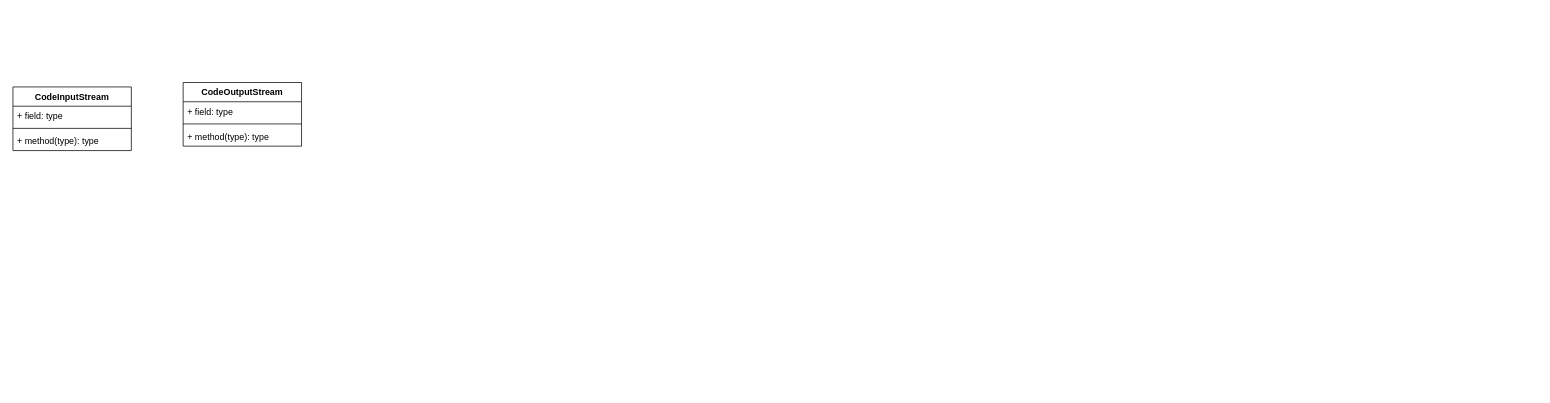
Before: protobuf-java.drawio in tadsimons/draw, a draw.io diagram. Source tidied: cells renumbered, new cells numbered last; positions are measured from the earlier drawing's top-left corner, leaving out a move shared by most shapes. Both pictures are drawn from the tidied source at 74%, with x=0, y=0 at pixel (13, 82).
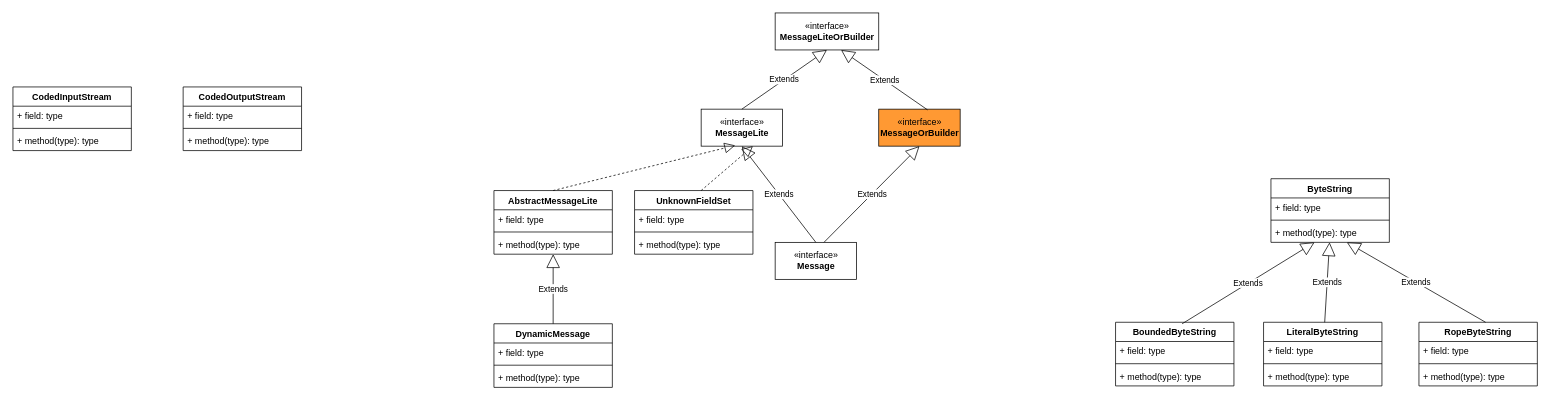
After the change.

Change to the diagram source:
```diff
@@
-    <mxCell id="2" value="CodeInputStream" style="swimlane;fontStyle=1;align=center;verticalAlign=top;horizontal=1;startSize=26;" parent="1" vertex="1">
+    <mxCell id="2" value="CodedInputStream" style="swimlane;fontStyle=1;align=center;verticalAlign=top;horizontal=1;startSize=26;" parent="1" vertex="1">
       <mxGeometry y="6" width="160" height="86" as="geometry" />
     </mxCell>
@@
+    <mxCell id="10" value="«interface»&lt;br&gt;&lt;b&gt;Message&lt;/b&gt;" style="html=1;fillColor=#FFFFFF;" parent="1" vertex="1">
+      <mxGeometry x="1030" y="216" width="110" height="50" as="geometry" />
+    </mxCell>
+    <mxCell id="11" value="«interface»&lt;br&gt;&lt;b&gt;MessageLite&lt;/b&gt;" style="html=1;fillColor=#FFFFFF;" parent="1" vertex="1">
+      <mxGeometry x="930" y="36" width="110" height="50" as="geometry" />
+    </mxCell>
+    <mxCell id="12" value="«interface»&lt;br&gt;&lt;b&gt;MessageLiteOrBuilder&lt;/b&gt;" style="html=1;fillColor=#FFFFFF;" parent="1" vertex="1">
+      <mxGeometry x="1030" y="-94" width="140" height="50" as="geometry" />
+    </mxCell>
+    <mxCell id="13" value="Extends" style="endArrow=block;endSize=16;endFill=0;html=1;entryX=0.5;entryY=1;entryDx=0;entryDy=0;exitX=0.5;exitY=0;exitDx=0;exitDy=0;" parent="1" edge="1" source="11" target="12">
+      <mxGeometry relative="1" as="geometry" />
+    </mxCell>
+    <mxCell id="14" value="Extends" style="endArrow=block;endSize=16;endFill=0;html=1;entryX=0.5;entryY=1;entryDx=0;entryDy=0;exitX=0.5;exitY=0;exitDx=0;exitDy=0;" parent="1" edge="1" source="10" target="11">
+      <mxGeometry relative="1" as="geometry" />
+    </mxCell>
+    <mxCell id="15" value="«interface»&lt;br&gt;&lt;b&gt;MessageOrBuilder&lt;/b&gt;" style="html=1;fillColor=#FF9933;" parent="1" vertex="1">
+      <mxGeometry x="1170" y="36" width="110" height="50" as="geometry" />
+    </mxCell>
+    <mxCell id="16" value="Extends" style="endArrow=block;endSize=16;endFill=0;html=1;entryX=0.5;entryY=1;entryDx=0;entryDy=0;exitX=0.6;exitY=0;exitDx=0;exitDy=0;exitPerimeter=0;" parent="1" edge="1" source="10" target="15">
+      <mxGeometry relative="1" as="geometry" />
+    </mxCell>
+    <mxCell id="17" value="Extends" style="endArrow=block;endSize=16;endFill=0;html=1;entryX=0.636;entryY=1;entryDx=0;entryDy=0;entryPerimeter=0;exitX=0.6;exitY=0.02;exitDx=0;exitDy=0;exitPerimeter=0;" parent="1" edge="1" source="15" target="12">
+      <mxGeometry relative="1" as="geometry" />
+    </mxCell>
+    <mxCell id="18" value="AbstractMessageLite" style="swimlane;fontStyle=1;align=center;verticalAlign=top;horizontal=1;startSize=26;fillColor=#FFFFFF;" parent="1" vertex="1">
+      <mxGeometry x="650" y="146" width="160" height="86" as="geometry" />
+    </mxCell>
+    <mxCell id="19" style="endArrow=block;dashed=1;endFill=0;endSize=12;html=1;entryX=0.418;entryY=0.98;entryDx=0;entryDy=0;entryPerimeter=0;" parent="18" edge="1" target="11">
+      <mxGeometry relative="1" as="geometry">
+        <mxPoint x="80" as="sourcePoint" />
+      </mxGeometry>
+    </mxCell>
+    <mxCell id="20" value="+ field: type" style="text;strokeColor=none;fillColor=none;align=left;verticalAlign=top;spacingLeft=4;spacingRight=4;overflow=hidden;" parent="18" vertex="1">
+      <mxGeometry y="26" width="160" height="26" as="geometry" />
+    </mxCell>
+    <mxCell id="21" style="line;strokeWidth=1;fillColor=none;align=left;verticalAlign=middle;spacingTop=-1;spacingLeft=3;spacingRight=3;labelPosition=right;" parent="18" vertex="1">
+      <mxGeometry y="52" width="160" height="8" as="geometry" />
+    </mxCell>
+    <mxCell id="22" value="+ method(type): type" style="text;strokeColor=none;fillColor=none;align=left;verticalAlign=top;spacingLeft=4;spacingRight=4;overflow=hidden;points=[[0,0.5],[1,0.5]];portConstraint=eastwest;" parent="18" vertex="1">
+      <mxGeometry y="60" width="160" height="26" as="geometry" />
+    </mxCell>
+    <mxCell id="23" value="DynamicMessage" style="swimlane;fontStyle=1;align=center;verticalAlign=top;horizontal=1;startSize=26;fillColor=#FFFFFF;" parent="1" vertex="1">
+      <mxGeometry x="650" y="326" width="160" height="86" as="geometry" />
+    </mxCell>
+    <mxCell id="24" value="Extends" style="endArrow=block;endSize=16;endFill=0;html=1;" parent="23" edge="1" target="22">
+      <mxGeometry relative="1" as="geometry">
+        <mxPoint x="80" as="sourcePoint" />
+      </mxGeometry>
+    </mxCell>
+    <mxCell id="25" value="+ field: type" style="text;strokeColor=none;fillColor=none;align=left;verticalAlign=top;spacingLeft=4;spacingRight=4;overflow=hidden;" parent="23" vertex="1">
+      <mxGeometry y="26" width="160" height="26" as="geometry" />
+    </mxCell>
+    <mxCell id="26" style="line;strokeWidth=1;fillColor=none;align=left;verticalAlign=middle;spacingTop=-1;spacingLeft=3;spacingRight=3;labelPosition=right;" parent="23" vertex="1">
+      <mxGeometry y="52" width="160" height="8" as="geometry" />
+    </mxCell>
+    <mxCell id="27" value="+ method(type): type" style="text;strokeColor=none;fillColor=none;align=left;verticalAlign=top;spacingLeft=4;spacingRight=4;overflow=hidden;" parent="23" vertex="1">
+      <mxGeometry y="60" width="160" height="26" as="geometry" />
+    </mxCell>
+    <mxCell id="28" value="UnknownFieldSet" style="swimlane;fontStyle=1;align=center;verticalAlign=top;horizontal=1;startSize=26;fillColor=#FFFFFF;" parent="1" vertex="1">
+      <mxGeometry x="840" y="146" width="160" height="86" as="geometry" />
+    </mxCell>
+    <mxCell id="29" style="endArrow=block;dashed=1;endFill=0;endSize=12;html=1;entryX=0.636;entryY=1;entryDx=0;entryDy=0;entryPerimeter=0;" parent="28" edge="1" target="11">
+      <mxGeometry relative="1" as="geometry">
+        <mxPoint x="90" as="sourcePoint" />
+      </mxGeometry>
+    </mxCell>
+    <mxCell id="30" value="+ field: type" style="text;strokeColor=none;fillColor=none;align=left;verticalAlign=top;spacingLeft=4;spacingRight=4;overflow=hidden;" parent="28" vertex="1">
+      <mxGeometry y="26" width="160" height="26" as="geometry" />
+    </mxCell>
+    <mxCell id="31" style="line;strokeWidth=1;fillColor=none;align=left;verticalAlign=middle;spacingTop=-1;spacingLeft=3;spacingRight=3;labelPosition=right;" parent="28" vertex="1">
+      <mxGeometry y="52" width="160" height="8" as="geometry" />
+    </mxCell>
+    <mxCell id="32" value="+ method(type): type" style="text;strokeColor=none;fillColor=none;align=left;verticalAlign=top;spacingLeft=4;spacingRight=4;overflow=hidden;" parent="28" vertex="1">
+      <mxGeometry y="60" width="160" height="26" as="geometry" />
+    </mxCell>
+    <mxCell id="33" value="BoundedByteString" style="swimlane;fontStyle=1;align=center;verticalAlign=top;horizontal=1;startSize=26;fillColor=#FFFFFF;" parent="1" vertex="1">
+      <mxGeometry x="1490" y="324" width="160" height="86" as="geometry" />
+    </mxCell>
+    <mxCell id="34" value="Extends" style="endArrow=block;endSize=16;endFill=0;html=1;" parent="33" edge="1" target="46">
+      <mxGeometry relative="1" as="geometry">
+        <mxPoint x="90" y="2" as="sourcePoint" />
+      </mxGeometry>
+    </mxCell>
+    <mxCell id="35" value="+ field: type" style="text;strokeColor=none;fillColor=none;align=left;verticalAlign=top;spacingLeft=4;spacingRight=4;overflow=hidden;" parent="33" vertex="1">
+      <mxGeometry y="26" width="160" height="26" as="geometry" />
+    </mxCell>
+    <mxCell id="36" style="line;strokeWidth=1;fillColor=none;align=left;verticalAlign=middle;spacingTop=-1;spacingLeft=3;spacingRight=3;labelPosition=right;" parent="33" vertex="1">
+      <mxGeometry y="52" width="160" height="8" as="geometry" />
+    </mxCell>
+    <mxCell id="37" value="+ method(type): type" style="text;strokeColor=none;fillColor=none;align=left;verticalAlign=top;spacingLeft=4;spacingRight=4;overflow=hidden;" parent="33" vertex="1">
+      <mxGeometry y="60" width="160" height="26" as="geometry" />
+    </mxCell>
+    <mxCell id="38" value="LiteralByteString" style="swimlane;fontStyle=1;align=center;verticalAlign=top;horizontal=1;startSize=26;fillColor=#FFFFFF;" parent="1" vertex="1">
+      <mxGeometry x="1690" y="324" width="160" height="86" as="geometry" />
+    </mxCell>
+    <mxCell id="39" value="+ field: type" style="text;strokeColor=none;fillColor=none;align=left;verticalAlign=top;spacingLeft=4;spacingRight=4;overflow=hidden;" parent="38" vertex="1">
+      <mxGeometry y="26" width="160" height="26" as="geometry" />
+    </mxCell>
+    <mxCell id="40" style="line;strokeWidth=1;fillColor=none;align=left;verticalAlign=middle;spacingTop=-1;spacingLeft=3;spacingRight=3;labelPosition=right;" parent="38" vertex="1">
+      <mxGeometry y="52" width="160" height="8" as="geometry" />
+    </mxCell>
+    <mxCell id="41" value="+ method(type): type" style="text;strokeColor=none;fillColor=none;align=left;verticalAlign=top;spacingLeft=4;spacingRight=4;overflow=hidden;" parent="38" vertex="1">
+      <mxGeometry y="60" width="160" height="26" as="geometry" />
+    </mxCell>
+    <mxCell id="42" value="Extends" style="endArrow=block;endSize=16;endFill=0;html=1;" parent="1" edge="1" source="38" target="46">
+      <mxGeometry relative="1" as="geometry" />
+    </mxCell>
+    <mxCell id="43" value="ByteString" style="swimlane;fontStyle=1;align=center;verticalAlign=top;horizontal=1;startSize=26;fillColor=#FFFFFF;" parent="1" vertex="1">
+      <mxGeometry x="1700" y="130" width="160" height="86" as="geometry" />
+    </mxCell>
+    <mxCell id="44" value="+ field: type" style="text;strokeColor=none;fillColor=none;align=left;verticalAlign=top;spacingLeft=4;spacingRight=4;overflow=hidden;" parent="43" vertex="1">
+      <mxGeometry y="26" width="160" height="26" as="geometry" />
+    </mxCell>
+    <mxCell id="45" style="line;strokeWidth=1;fillColor=none;align=left;verticalAlign=middle;spacingTop=-1;spacingLeft=3;spacingRight=3;labelPosition=right;" parent="43" vertex="1">
+      <mxGeometry y="52" width="160" height="8" as="geometry" />
+    </mxCell>
+    <mxCell id="46" value="+ method(type): type" style="text;strokeColor=none;fillColor=none;align=left;verticalAlign=top;spacingLeft=4;spacingRight=4;overflow=hidden;points=[[0,0.5],[1,0.5]];portConstraint=eastwest;" parent="43" vertex="1">
+      <mxGeometry y="60" width="160" height="26" as="geometry" />
+    </mxCell>
+    <mxCell id="47" value="RopeByteString" style="swimlane;fontStyle=1;align=center;verticalAlign=top;horizontal=1;startSize=26;fillColor=#FFFFFF;" parent="1" vertex="1">
+      <mxGeometry x="1900" y="324" width="160" height="86" as="geometry" />
+    </mxCell>
+    <mxCell id="48" value="+ field: type" style="text;strokeColor=none;fillColor=none;align=left;verticalAlign=top;spacingLeft=4;spacingRight=4;overflow=hidden;" parent="47" vertex="1">
+      <mxGeometry y="26" width="160" height="26" as="geometry" />
+    </mxCell>
+    <mxCell id="49" style="line;strokeWidth=1;fillColor=none;align=left;verticalAlign=middle;spacingTop=-1;spacingLeft=3;spacingRight=3;labelPosition=right;" parent="47" vertex="1">
+      <mxGeometry y="52" width="160" height="8" as="geometry" />
+    </mxCell>
+    <mxCell id="50" value="+ method(type): type" style="text;strokeColor=none;fillColor=none;align=left;verticalAlign=top;spacingLeft=4;spacingRight=4;overflow=hidden;" parent="47" vertex="1">
+      <mxGeometry y="60" width="160" height="26" as="geometry" />
+    </mxCell>
+    <mxCell id="51" value="Extends" style="endArrow=block;endSize=16;endFill=0;html=1;exitX=0.563;exitY=0;exitDx=0;exitDy=0;exitPerimeter=0;" parent="1" edge="1" source="47" target="46">
+      <mxGeometry relative="1" as="geometry" />
+    </mxCell>
-    <mxCell id="6" value="CodeOutputStream" style="swimlane;fontStyle=1;align=center;verticalAlign=top;horizontal=1;startSize=26;" parent="1" vertex="1">
-      <mxGeometry x="230" width="160" height="86" as="geometry" />
+    <mxCell id="6" value="CodedOutputStream" style="swimlane;fontStyle=1;align=center;verticalAlign=top;horizontal=1;startSize=26;" parent="1" vertex="1">
+      <mxGeometry x="230" y="6" width="160" height="86" as="geometry" />
     </mxCell>
```
